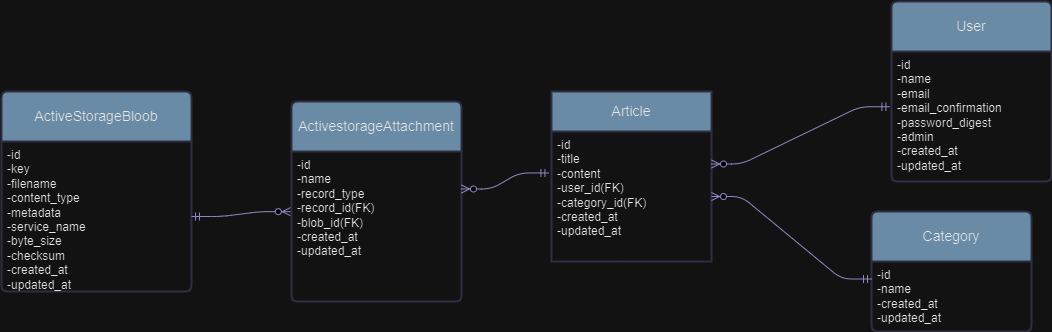
Abdoul08/my_blog_app keeps this draw.io diagram as ER_diagram.png. Above is the earlier version. Source tidied: cells renumbered, new cells last; positions are measured from the earlier drawing's top-left corner, leaving out a move shared by most shapes.
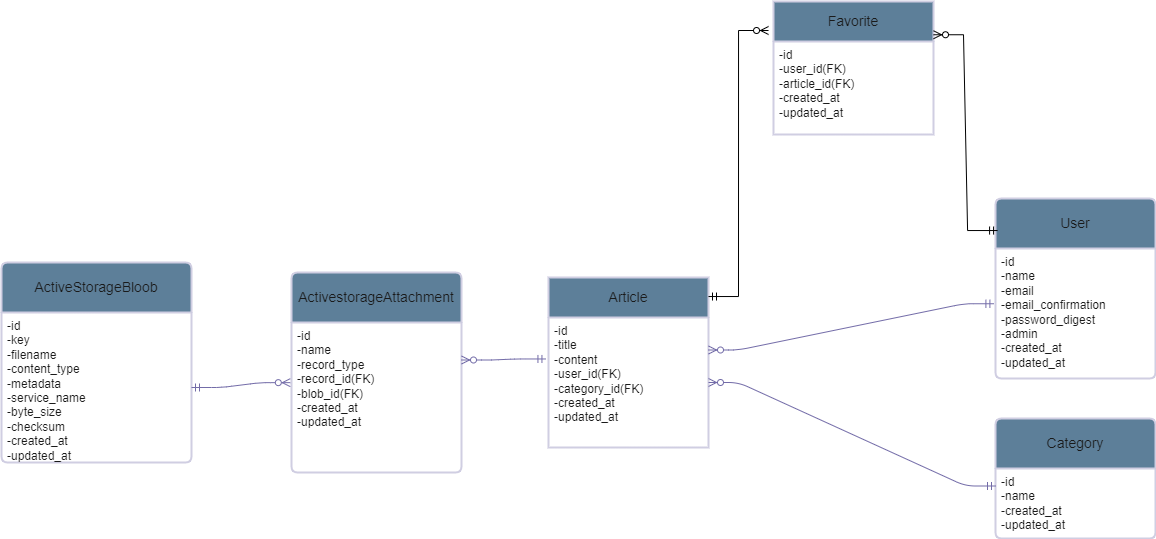
Later version of the same file.

The edit, as a diff of the source:
```diff
@@ -3,13 +3,13 @@
     <mxCell id="0" />
     <mxCell id="1" parent="0" />
     <mxCell id="2" value="User" style="swimlane;horizontal=1;startSize=50;rounded=1;fontSize=14;fontStyle=0;strokeWidth=2;shadow=0;dashed=0;align=center;arcSize=4;whiteSpace=wrap;html=1;labelBackgroundColor=none;fillColor=#5D7F99;strokeColor=#D0CEE2;fontColor=#1A1A1A;" parent="1" vertex="1">
-      <mxGeometry x="890" y="10" width="160" height="180" as="geometry" />
+      <mxGeometry x="994" y="36" width="160" height="180" as="geometry" />
     </mxCell>
     <mxCell id="3" value="-id&lt;br&gt;-name&lt;br&gt;-email&lt;br&gt;-email_confirmation&lt;br&gt;-password_digest&lt;br&gt;-admin&lt;br&gt;-created_at&lt;br&gt;-updated_at&lt;br&gt;" style="align=left;strokeColor=none;fillColor=none;spacingLeft=4;fontSize=12;verticalAlign=top;html=1;labelBackgroundColor=none;fontColor=#1A1A1A;rounded=1;" parent="2" vertex="1">
       <mxGeometry y="50" width="160" height="130" as="geometry" />
     </mxCell>
     <mxCell id="4" value="Article" style="swimlane;horizontal=1;startSize=40;rounded=1;fontSize=14;fontStyle=0;strokeWidth=2;shadow=0;dashed=0;align=center;arcSize=0;whiteSpace=wrap;html=1;labelBackgroundColor=none;fillColor=#5D7F99;strokeColor=#D0CEE2;fontColor=#1A1A1A;" parent="1" vertex="1">
-      <mxGeometry x="550" y="100" width="160" height="170" as="geometry" />
+      <mxGeometry x="547" y="115" width="160" height="170" as="geometry" />
     </mxCell>
     <mxCell id="5" value="-id&lt;br&gt;-title&lt;br&gt;-content&lt;br&gt;-user_id(FK)&lt;br&gt;-category_id(FK)&lt;br&gt;-created_at&lt;br&gt;-updated_at" style="align=left;strokeColor=none;fillColor=none;spacingLeft=4;fontSize=12;verticalAlign=top;html=1;labelBackgroundColor=none;fontColor=#1A1A1A;rounded=1;" parent="4" vertex="1">
       <mxGeometry y="40" width="160" height="130" as="geometry" />
@@ -27,7 +27,7 @@
       <mxGeometry y="50" width="190" height="150" as="geometry" />
     </mxCell>
     <mxCell id="10" value="Category" style="swimlane;horizontal=1;startSize=50;rounded=1;fontSize=14;fontStyle=0;strokeWidth=2;shadow=0;dashed=0;align=center;arcSize=4;whiteSpace=wrap;html=1;labelBackgroundColor=none;fillColor=#5D7F99;strokeColor=#D0CEE2;fontColor=#1A1A1A;" parent="1" vertex="1">
-      <mxGeometry x="870" y="220" width="160" height="120" as="geometry" />
+      <mxGeometry x="994" y="256" width="160" height="120" as="geometry" />
     </mxCell>
     <mxCell id="11" value="-id&lt;br&gt;-name&lt;br&gt;-created_at&lt;br&gt;-updated_at" style="align=left;strokeColor=none;fillColor=none;spacingLeft=4;fontSize=12;verticalAlign=top;html=1;labelBackgroundColor=none;fontColor=#1A1A1A;rounded=1;" parent="10" vertex="1">
       <mxGeometry y="50" width="160" height="70" as="geometry" />
@@ -50,5 +50,38 @@
     <mxCell id="15" style="edgeStyle=entityRelationEdgeStyle;fontSize=12;html=1;endArrow=ERzeroToMany;startArrow=ERmandOne;rounded=1;entryX=-0.007;entryY=0.401;entryDx=0;entryDy=0;entryPerimeter=0;exitX=1;exitY=0.5;exitDx=0;exitDy=0;labelBackgroundColor=none;strokeColor=#736CA8;fontColor=default;" parent="1" edge="1" source="9" target="7">
       <mxGeometry relative="1" as="geometry" />
     </mxCell>
+    <mxCell id="16" value="Favorite" style="swimlane;horizontal=1;startSize=40;rounded=1;fontSize=14;fontStyle=0;strokeWidth=2;shadow=0;dashed=0;align=center;arcSize=0;whiteSpace=wrap;html=1;labelBackgroundColor=none;fillColor=#5D7F99;strokeColor=#D0CEE2;fontColor=#1A1A1A;" parent="1" vertex="1">
+      <mxGeometry x="772" y="-161" width="160" height="133" as="geometry" />
+    </mxCell>
+    <mxCell id="17" value="-id&lt;br&gt;-user_id(FK)&lt;br&gt;-article_id(FK)&lt;br&gt;-created_at&lt;br&gt;-updated_at" style="align=left;strokeColor=none;fillColor=none;spacingLeft=4;fontSize=12;verticalAlign=top;html=1;labelBackgroundColor=none;fontColor=#1A1A1A;rounded=1;" parent="16" vertex="1">
+      <mxGeometry y="40" width="160" height="93" as="geometry" />
+    </mxCell>
+    <mxCell id="18" style="edgeStyle=entityRelationEdgeStyle;fontSize=12;html=1;endArrow=ERzeroToMany;startArrow=ERmandOne;rounded=0;exitX=0.013;exitY=0.178;exitDx=0;exitDy=0;entryX=1;entryY=0.25;entryDx=0;entryDy=0;exitPerimeter=0;" parent="1" edge="1" source="2" target="16">
+      <mxGeometry relative="1" as="geometry">
+        <Array as="points">
+          <mxPoint x="827" y="29" />
+          <mxPoint x="869" y="-3" />
+          <mxPoint x="895" y="-18" />
+          <mxPoint x="878" y="28" />
+          <mxPoint x="857" y="-86" />
+          <mxPoint x="878" y="-27" />
+          <mxPoint x="868" y="-90" />
+          <mxPoint x="878" y="-19" />
+          <mxPoint x="890" y="-28" />
+        </Array>
+      </mxGeometry>
+    </mxCell>
+    <mxCell id="19" style="edgeStyle=entityRelationEdgeStyle;fontSize=12;html=1;endArrow=ERzeroToMany;startArrow=ERmandOne;rounded=0;entryX=-0.006;entryY=0.105;entryDx=0;entryDy=0;entryPerimeter=0;exitX=1;exitY=0;exitDx=0;exitDy=0;" parent="1" edge="1">
+      <mxGeometry relative="1" as="geometry">
+        <mxPoint x="707" y="134" as="sourcePoint" />
+        <mxPoint x="767" y="-132" as="targetPoint" />
+        <Array as="points">
+          <mxPoint x="510.9" y="11" />
+          <mxPoint x="680" y="54" />
+          <mxPoint x="637" y="58" />
+          <mxPoint x="626" y="57" />
+        </Array>
+      </mxGeometry>
+    </mxCell>
   </root>
 </mxGraphModel>
```
